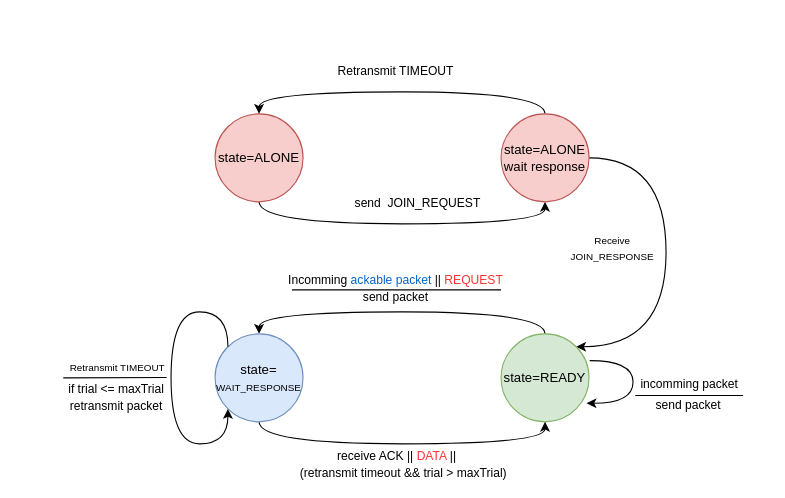
The draw.io diagram memoire/res/pictures/src/loramac-state.drawio in ArnaudPalgen/ma2_memoire, before the edit. Source tidied: cells renumbered, new cells numbered last; positions are measured from the earlier drawing's top-left corner, leaving out a move shared by most shapes. Both pictures are drawn from the tidied source at 110%, with x=0, y=0 at pixel (63, 113).
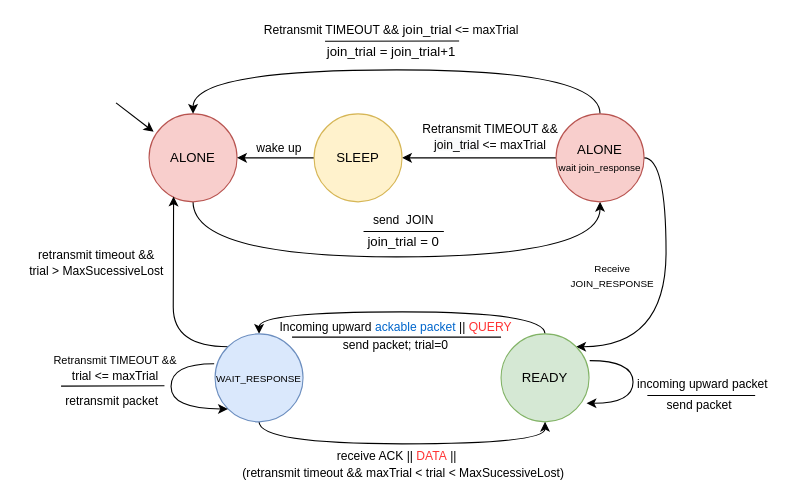
Above is the later version.

The change refers to these unchanged cells:
```xml
<mxCell id="10" style="edgeStyle=orthogonalEdgeStyle;curved=1;rounded=0;jettySize=auto;html=1;exitX=0.5;exitY=0;exitDx=0;exitDy=0;entryX=0.5;entryY=0;entryDx=0;entryDy=0;" parent="1" edge="1" source="13" target="20">
  <mxGeometry relative="1" as="geometry" />
</mxCell>
<mxCell id="14" style="rounded=0;orthogonalLoop=1;jettySize=auto;html=1;entryX=0.995;entryY=0.304;entryDx=0;entryDy=0;edgeStyle=orthogonalEdgeStyle;curved=1;entryPerimeter=0;exitX=0.959;exitY=0.789;exitDx=0;exitDy=0;exitPerimeter=0;endArrow=none;endFill=0;startArrow=classic;startFill=1;" parent="1" edge="1">
  <mxGeometry relative="1" as="geometry">
    <mxPoint x="475.7" y="263.1" as="sourcePoint" />
    <mxPoint x="478.6" y="224.3" as="targetPoint" />
    <Array as="points">
      <mxPoint x="518" y="263" />
      <mxPoint x="518" y="224" />
    </Array>
  </mxGeometry>
</mxCell>
<mxCell id="17" style="edgeStyle=orthogonalEdgeStyle;curved=1;rounded=0;jettySize=auto;html=1;exitX=0.5;exitY=1;exitDx=0;exitDy=0;entryX=0.5;entryY=1;entryDx=0;entryDy=0;startArrow=none;startFill=0;endArrow=classic;endFill=1;" parent="1" edge="1" source="20" target="13">
  <mxGeometry relative="1" as="geometry" />
</mxCell>
```

What changed in the source:
```diff
@@
     <mxCell id="2" style="rounded=0;jettySize=auto;html=1;exitX=0.5;exitY=1;exitDx=0;exitDy=0;entryX=0.5;entryY=1;entryDx=0;entryDy=0;edgeStyle=orthogonalEdgeStyle;curved=1;" parent="1" edge="1" source="4" target="9">
-      <mxGeometry relative="1" as="geometry" />
+      <mxGeometry relative="1" as="geometry">
+        <Array as="points">
+          <mxPoint x="118" y="130" />
+          <mxPoint x="488" y="130" />
+        </Array>
+      </mxGeometry>
     </mxCell>
-    <mxCell id="3" value="send&amp;nbsp; JOIN_REQUEST" style="edgeLabel;html=1;align=center;verticalAlign=middle;" parent="2" vertex="1">
-      <mxGeometry x="-0.25" y="2" relative="1" as="geometry">
-        <mxPoint x="50" y="-18" as="offset" />
-      </mxGeometry>
-    </mxCell>
-    <mxCell id="4" value="state=ALONE" style="ellipse;whiteSpace=wrap;html=1;fillColor=#f8cecc;strokeColor=#b85450;" parent="1" vertex="1">
-      <mxGeometry x="138" width="80" height="80" as="geometry" />
+    <mxCell id="4" value="ALONE" style="ellipse;whiteSpace=wrap;html=1;fillColor=#f8cecc;strokeColor=#b85450;" parent="1" vertex="1">
+      <mxGeometry x="78" width="80" height="80" as="geometry" />
     </mxCell>
     <mxCell id="5" style="edgeStyle=orthogonalEdgeStyle;rounded=0;jettySize=auto;html=1;exitX=0.5;exitY=0;exitDx=0;exitDy=0;entryX=0.5;entryY=0;entryDx=0;entryDy=0;curved=1;" parent="1" edge="1" source="9" target="4">
-      <mxGeometry relative="1" as="geometry" />
+      <mxGeometry relative="1" as="geometry">
+        <Array as="points">
+          <mxPoint x="488" y="-40" />
+          <mxPoint x="118" y="-40" />
+        </Array>
+      </mxGeometry>
     </mxCell>
-    <mxCell id="6" value="Retransmit TIMEOUT" style="edgeLabel;html=1;align=center;verticalAlign=middle;" parent="5" vertex="1">
-      <mxGeometry x="-0.33" y="1" relative="1" as="geometry">
-        <mxPoint x="-57" y="-21" as="offset" />
-      </mxGeometry>
-    </mxCell>
@@
+    <mxCell id="28" style="edgeStyle=orthogonalEdgeStyle;rounded=0;jettySize=auto;html=1;entryX=1;entryY=0.5;entryDx=0;entryDy=0;" parent="1" edge="1" source="9" target="40">
+      <mxGeometry relative="1" as="geometry" />
+    </mxCell>
+    <mxCell id="29" value="&lt;font style=&quot;font-size: 11px&quot;&gt;Retransmit TIMEOUT &amp;amp;&amp;amp;&lt;span style=&quot;background-color: rgb(255 , 255 , 255)&quot;&gt;&lt;br&gt;&lt;/span&gt;&lt;span style=&quot;background-color: rgb(248 , 249 , 250)&quot;&gt;join_trial&lt;/span&gt;&amp;nbsp;&amp;lt;= maxTrial&lt;/font&gt;" style="edgeLabel;html=1;align=center;verticalAlign=middle;" parent="28" vertex="1">
+      <mxGeometry x="-0.16" relative="1" as="geometry">
+        <mxPoint x="-2" y="-20" as="offset" />
+      </mxGeometry>
+    </mxCell>
-    <mxCell id="9" value="state=ALONE&lt;br&gt;wait response" style="ellipse;whiteSpace=wrap;html=1;fillColor=#f8cecc;strokeColor=#b85450;" parent="1" vertex="1">
-      <mxGeometry x="398" width="80" height="80" as="geometry" />
+    <mxCell id="9" value="ALONE&lt;br&gt;&lt;font style=&quot;font-size: 9px&quot;&gt;wait join_response&lt;/font&gt;" style="ellipse;whiteSpace=wrap;html=1;fillColor=#f8cecc;strokeColor=#b85450;" parent="1" vertex="1">
+      <mxGeometry x="448" width="80" height="80" as="geometry" />
     </mxCell>
@@
-    <mxCell id="11" value="send packet" style="edgeLabel;html=1;align=center;verticalAlign=middle;" parent="10" vertex="1">
+    <mxCell id="11" value="send packet; trial=0" style="edgeLabel;html=1;align=center;verticalAlign=middle;" parent="10" vertex="1">
       <mxGeometry x="0.08" y="1" relative="1" as="geometry">
-        <mxPoint x="5" y="-15" as="offset" />
+        <mxPoint x="5" y="28" as="offset" />
       </mxGeometry>
     </mxCell>
-    <mxCell id="12" value="Incomming&lt;font color=&quot;#0066cc&quot;&gt; ackable packet&lt;/font&gt; ||&amp;nbsp;&lt;font color=&quot;#ff3333&quot;&gt;REQUEST&lt;/font&gt;" style="edgeLabel;html=1;align=center;verticalAlign=middle;" parent="10" vertex="1">
+    <mxCell id="12" value="Incoming upward&lt;font color=&quot;#0066cc&quot;&gt; ackable packet&lt;/font&gt; || &lt;font color=&quot;#ff3333&quot;&gt;QUERY&lt;/font&gt;" style="edgeLabel;html=1;align=center;verticalAlign=middle;" parent="10" vertex="1">
       <mxGeometry x="0.07" y="1" relative="1" as="geometry">
-        <mxPoint x="4" y="-31" as="offset" />
+        <mxPoint x="4" y="12" as="offset" />
       </mxGeometry>
     </mxCell>
-    <mxCell id="13" value="state=READY" style="ellipse;whiteSpace=wrap;html=1;fillColor=#d5e8d4;strokeColor=#82b366;" parent="1" vertex="1">
+    <mxCell id="13" value="READY" style="ellipse;whiteSpace=wrap;html=1;fillColor=#d5e8d4;strokeColor=#82b366;" parent="1" vertex="1">
       <mxGeometry x="398" y="200" width="80" height="80" as="geometry" />
     </mxCell>
@@
-    <mxCell id="15" value="incomming packet" style="edgeLabel;html=1;align=center;verticalAlign=middle;" parent="14" vertex="1">
+    <mxCell id="15" value="incoming upward packet" style="edgeLabel;html=1;align=center;verticalAlign=middle;" parent="14" vertex="1">
       <mxGeometry x="0.21" relative="1" as="geometry">
-        <mxPoint x="50" y="13" as="offset" />
+        <mxPoint x="62" y="13" as="offset" />
       </mxGeometry>
     </mxCell>
     <mxCell id="16" value="send packet" style="edgeLabel;html=1;align=center;verticalAlign=middle;" parent="14" vertex="1">
       <mxGeometry x="-0.46" y="6" relative="1" as="geometry">
-        <mxPoint x="59" y="7" as="offset" />
+        <mxPoint x="69" y="7" as="offset" />
       </mxGeometry>
     </mxCell>
@@
-    <mxCell id="18" value="receive ACK&lt;font color=&quot;#0066cc&quot;&gt; &lt;/font&gt;||&lt;font color=&quot;#0066cc&quot;&gt; &lt;/font&gt;&lt;font color=&quot;#ff3333&quot;&gt;DATA &lt;/font&gt;||" style="edgeLabel;html=1;align=center;verticalAlign=middle;" parent="17" vertex="1">
+    <mxCell id="18" value="receive ACK&lt;font color=&quot;#0066cc&quot;&gt;&amp;nbsp;&lt;/font&gt;||&lt;font color=&quot;#0066cc&quot;&gt; &lt;/font&gt;&lt;font color=&quot;#ff3333&quot;&gt;DATA&amp;nbsp;&lt;/font&gt;||" style="edgeLabel;html=1;align=center;verticalAlign=middle;" parent="17" vertex="1">
       <mxGeometry x="-0.04" y="1" relative="1" as="geometry">
         <mxPoint y="11" as="offset" />
       </mxGeometry>
     </mxCell>
-    <mxCell id="19" value="(retransmit timeout &amp;amp;&amp;amp; trial &amp;gt; maxTrial)" style="edgeLabel;html=1;align=center;verticalAlign=middle;" parent="17" vertex="1">
+    <mxCell id="19" value="(retransmit timeout &amp;amp;&amp;amp; maxTrial &amp;lt; trial &amp;lt; MaxSucessiveLost)" style="edgeLabel;html=1;align=center;verticalAlign=middle;" parent="17" vertex="1">
       <mxGeometry x="0.29" y="3" relative="1" as="geometry">
         <mxPoint x="-44" y="29" as="offset" />
       </mxGeometry>
     </mxCell>
+    <mxCell id="30" style="edgeStyle=orthogonalEdgeStyle;rounded=0;jettySize=auto;html=1;exitX=0;exitY=0;exitDx=0;exitDy=0;entryX=0.279;entryY=0.939;entryDx=0;entryDy=0;entryPerimeter=0;curved=1;" parent="1" edge="1" source="20" target="4">
+      <mxGeometry relative="1" as="geometry">
+        <Array as="points">
+          <mxPoint x="100" y="212" />
+          <mxPoint x="100" y="140" />
+        </Array>
+      </mxGeometry>
+    </mxCell>
-    <mxCell id="20" value="state=&lt;br&gt;&lt;font style=&quot;font-size: 9px&quot;&gt;WAIT_RESPONSE&lt;/font&gt;" style="ellipse;whiteSpace=wrap;html=1;fillColor=#dae8fc;strokeColor=#6c8ebf;" parent="1" vertex="1">
+    <mxCell id="20" value="&lt;font style=&quot;font-size: 9px&quot;&gt;WAIT_RESPONSE&lt;/font&gt;" style="ellipse;whiteSpace=wrap;html=1;fillColor=#dae8fc;strokeColor=#6c8ebf;" parent="1" vertex="1">
       <mxGeometry x="138" y="200" width="80" height="80" as="geometry" />
     </mxCell>
     <mxCell id="21" style="endArrow=none;html=1;" parent="1" edge="1">
       <mxGeometry relative="1" as="geometry">
-        <mxPoint x="208" y="160" as="sourcePoint" />
-        <mxPoint x="398" y="160" as="targetPoint" />
+        <mxPoint x="208" y="203" as="sourcePoint" />
+        <mxPoint x="398" y="203" as="targetPoint" />
       </mxGeometry>
     </mxCell>
+    <mxCell id="26" style="endArrow=none;html=1;" parent="1" edge="1">
+      <mxGeometry relative="1" as="geometry">
+        <mxPoint x="-2" y="247.5" as="sourcePoint" />
+        <mxPoint x="92" y="247.2" as="targetPoint" />
+      </mxGeometry>
+    </mxCell>
+    <mxCell id="27" style="endArrow=none;html=1;" parent="1" edge="1">
+      <mxGeometry relative="1" as="geometry">
+        <mxPoint x="531" y="256" as="sourcePoint" />
+        <mxPoint x="629" y="256" as="targetPoint" />
+      </mxGeometry>
+    </mxCell>
+    <mxCell id="31" style="endArrow=classic;html=1;entryX=0.052;entryY=0.204;entryDx=0;entryDy=0;entryPerimeter=0;" parent="1" edge="1" target="4">
+      <mxGeometry relative="1" as="geometry">
+        <mxPoint x="48" y="-10" as="sourcePoint" />
+      </mxGeometry>
+    </mxCell>
+    <mxCell id="32" value="&lt;span style=&quot;font-size: 11px ; background-color: rgb(255 , 255 , 255)&quot;&gt;Retransmit TIMEOUT &amp;amp;&amp;amp;&amp;nbsp;&lt;/span&gt;join_trial&lt;span style=&quot;font-size: 11px ; background-color: rgb(255 , 255 , 255)&quot;&gt;&amp;nbsp;&amp;lt;= maxTrial&lt;/span&gt;" style="text;html=1;align=center;verticalAlign=middle;strokeColor=none;" parent="1" vertex="1">
+      <mxGeometry x="173" y="-86" width="250" height="20" as="geometry" />
+    </mxCell>
+    <mxCell id="33" value="join_trial = join_trial+1" style="text;html=1;align=center;verticalAlign=middle;points=[];strokeColor=none;" parent="1" vertex="1">
+      <mxGeometry x="233" y="-66" width="130" height="20" as="geometry" />
+    </mxCell>
+    <mxCell id="34" style="endArrow=none;html=1;entryX=0.976;entryY=-0.014;entryDx=0;entryDy=0;entryPerimeter=0;" parent="1" edge="1" target="33">
+      <mxGeometry relative="1" as="geometry">
+        <mxPoint x="238" y="-66" as="sourcePoint" />
+      </mxGeometry>
+    </mxCell>
+    <mxCell id="35" value="join_trial = 0" style="text;html=1;align=center;verticalAlign=middle;strokeColor=none;" parent="1" vertex="1">
+      <mxGeometry x="269" y="107" width="80" height="20" as="geometry" />
+    </mxCell>
+    <mxCell id="36" value="&lt;span style=&quot;font-size: 11px ; background-color: rgb(255 , 255 , 255)&quot;&gt;send&amp;nbsp; JOIN&lt;/span&gt;" style="text;html=1;align=center;verticalAlign=middle;strokeColor=none;" parent="1" vertex="1">
+      <mxGeometry x="274" y="87" width="70" height="20" as="geometry" />
+    </mxCell>
+    <mxCell id="37" style="endArrow=none;html=1;" parent="1" edge="1">
+      <mxGeometry relative="1" as="geometry">
+        <mxPoint x="273" y="107" as="sourcePoint" />
+        <mxPoint x="346" y="107" as="targetPoint" />
+      </mxGeometry>
+    </mxCell>
+    <mxCell id="38" style="edgeStyle=orthogonalEdgeStyle;rounded=0;jettySize=auto;html=1;entryX=1;entryY=0.5;entryDx=0;entryDy=0;" parent="1" edge="1" source="40" target="4">
+      <mxGeometry relative="1" as="geometry" />
+    </mxCell>
+    <mxCell id="39" value="wake up" style="edgeLabel;html=1;align=center;verticalAlign=middle;" parent="38" vertex="1">
+      <mxGeometry x="-0.23" y="-1" relative="1" as="geometry">
+        <mxPoint x="-6" y="-9" as="offset" />
+      </mxGeometry>
+    </mxCell>
+    <mxCell id="40" value="SLEEP" style="ellipse;whiteSpace=wrap;html=1;fillColor=#fff2cc;strokeColor=#d6b656;" parent="1" vertex="1">
+      <mxGeometry x="228" width="80" height="80" as="geometry" />
+    </mxCell>
-    <mxCell id="22" style="edgeStyle=orthogonalEdgeStyle;curved=1;rounded=0;orthogonalLoop=1;jettySize=auto;html=1;exitX=0;exitY=0;exitDx=0;exitDy=0;entryX=0;entryY=1;entryDx=0;entryDy=0;startArrow=none;startFill=0;endArrow=classic;endFill=1;" parent="1" edge="1" source="20" target="20">
+    <mxCell id="22" style="edgeStyle=orthogonalEdgeStyle;curved=1;rounded=0;orthogonalLoop=1;jettySize=auto;html=1;exitX=-0.01;exitY=0.34;exitDx=0;exitDy=0;entryX=0;entryY=1;entryDx=0;entryDy=0;startArrow=none;startFill=0;endArrow=classic;endFill=1;exitPerimeter=0;" parent="1" edge="1" source="20" target="20">
       <mxGeometry relative="1" as="geometry">
         <Array as="points">
-          <mxPoint x="150" y="180" />
-          <mxPoint x="98" y="180" />
-          <mxPoint x="98" y="300" />
-          <mxPoint x="150" y="300" />
+          <mxPoint x="98" y="227" />
+          <mxPoint x="98" y="268" />
         </Array>
       </mxGeometry>
     </mxCell>
-    <mxCell id="23" value="&lt;font style=&quot;font-size: 9px&quot;&gt;Retransmit TIMEOUT&lt;/font&gt;" style="edgeLabel;html=1;align=center;verticalAlign=middle;" parent="22" vertex="1">
+    <mxCell id="23" value="&lt;font&gt;&lt;font size=&quot;1&quot;&gt;Retransmit TIMEOUT &amp;amp;&amp;amp;&lt;br&gt;&lt;/font&gt;&lt;/font&gt;trial &amp;lt;= maxTrial" style="edgeLabel;html=1;align=center;verticalAlign=middle;labelBackgroundColor=none;" parent="22" vertex="1">
       <mxGeometry x="-0.1" relative="1" as="geometry">
-        <mxPoint x="-50" y="4" as="offset" />
+        <mxPoint x="-52" y="-17" as="offset" />
       </mxGeometry>
     </mxCell>
-    <mxCell id="24" value="if trial &amp;lt;= maxTrial" style="edgeLabel;html=1;align=center;verticalAlign=middle;" parent="22" vertex="1">
-      <mxGeometry x="0.14" y="1" relative="1" as="geometry">
-        <mxPoint x="-52" y="-10" as="offset" />
-      </mxGeometry>
-    </mxCell>
     <mxCell id="25" value="retransmit packet" style="edgeLabel;html=1;align=center;verticalAlign=middle;" parent="22" vertex="1">
       <mxGeometry x="0.32" y="6" relative="1" as="geometry">
-        <mxPoint x="-57" y="-20" as="offset" />
+        <mxPoint x="-61" y="-2" as="offset" />
       </mxGeometry>
     </mxCell>
-    <mxCell id="26" style="endArrow=none;html=1;" parent="1" edge="1">
-      <mxGeometry relative="1" as="geometry">
-        <mxPoint y="240" as="sourcePoint" />
-        <mxPoint x="94" y="239.7" as="targetPoint" />
-      </mxGeometry>
-    </mxCell>
-    <mxCell id="27" style="endArrow=none;html=1;" parent="1" edge="1">
-      <mxGeometry relative="1" as="geometry">
-        <mxPoint x="520" y="256" as="sourcePoint" />
-        <mxPoint x="618" y="256" as="targetPoint" />
-      </mxGeometry>
-    </mxCell>
+    <mxCell id="41" value="&lt;span style=&quot;font-size: 11px ; background-color: rgb(255 , 255 , 255)&quot;&gt;retransmit timeout &amp;amp;&amp;amp;&lt;/span&gt;&lt;br style=&quot;font-size: 11px&quot;&gt;&lt;span style=&quot;font-size: 11px ; background-color: rgb(255 , 255 , 255)&quot;&gt;trial &amp;gt; MaxSucessiveLost&lt;/span&gt;" style="text;html=1;align=center;verticalAlign=middle;strokeColor=none;" parent="1" vertex="1">
+      <mxGeometry x="-40" y="120" width="140" height="30" as="geometry" />
+    </mxCell>
```
